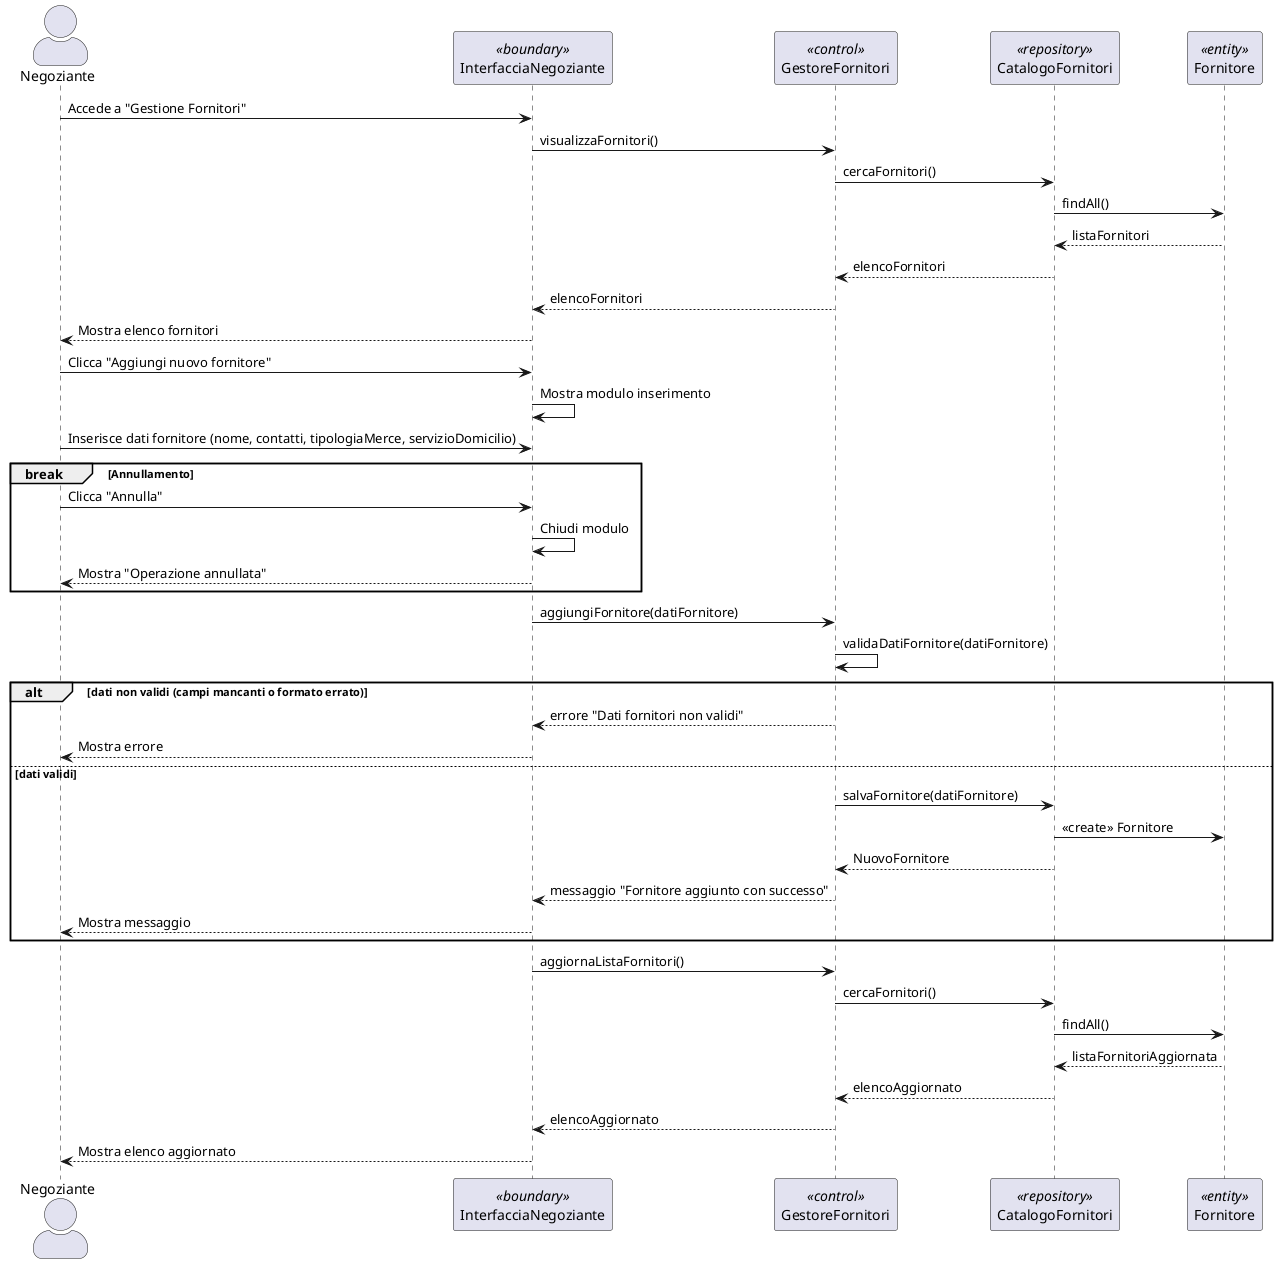
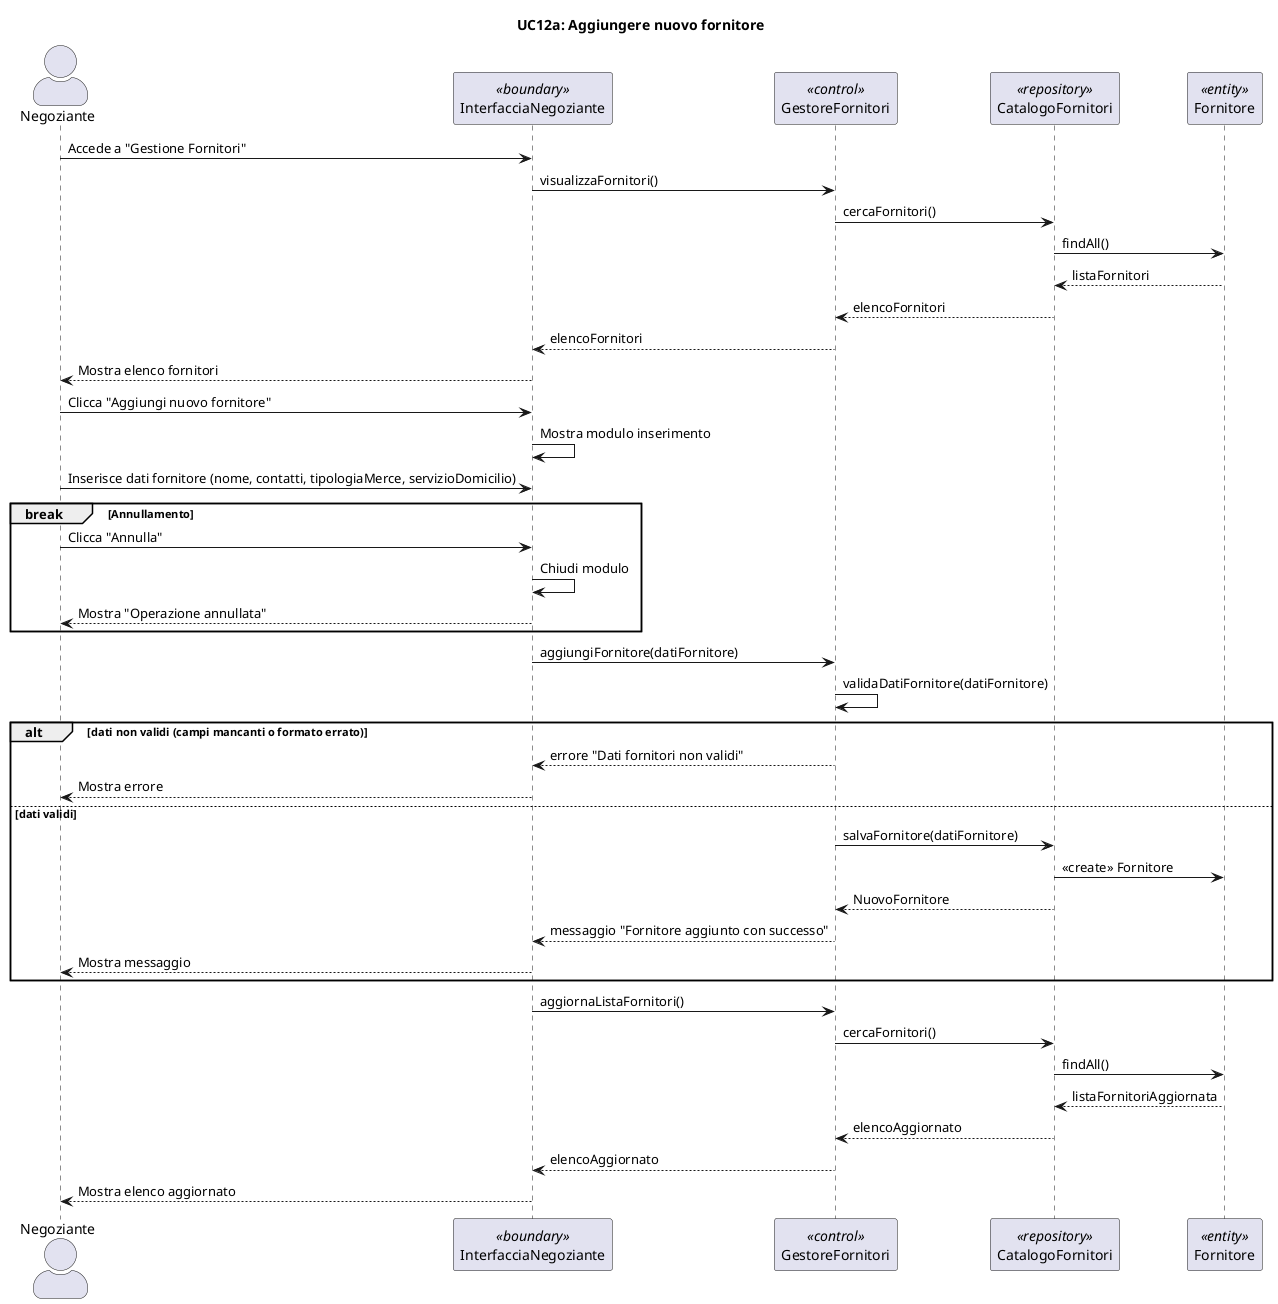
@startuml
+ title UC12a: Aggiungere nuovo fornitore
skinparam actorStyle awesome

actor "Negoziante" as N
participant "InterfacciaNegoziante" as IN <<boundary>>
participant "GestoreFornitori" as G <<control>>
participant "CatalogoFornitori" as CF <<repository>>
participant "Fornitore" as F <<entity>>

N -> IN: Accede a "Gestione Fornitori"
IN -> G: visualizzaFornitori()
G -> CF: cercaFornitori()
CF -> F: findAll()
F --> CF: listaFornitori
CF --> G: elencoFornitori
G --> IN: elencoFornitori
IN --> N: Mostra elenco fornitori
N -> IN: Clicca "Aggiungi nuovo fornitore"
IN -> IN: Mostra modulo inserimento
N -> IN: Inserisce dati fornitore (nome, contatti, tipologiaMerce, servizioDomicilio)

break Annullamento
    N -> IN: Clicca "Annulla"
    IN -> IN: Chiudi modulo
    IN --> N: Mostra "Operazione annullata"
end

IN -> G: aggiungiFornitore(datiFornitore)
G -> G: validaDatiFornitore(datiFornitore)

alt dati non validi (campi mancanti o formato errato)
    G --> IN: errore "Dati fornitori non validi"
    IN --> N: Mostra errore

else dati validi
    G -> CF: salvaFornitore(datiFornitore)
    CF -> F: <<create>> Fornitore
    CF --> G: NuovoFornitore
    G --> IN: messaggio "Fornitore aggiunto con successo"
    IN --> N: Mostra messaggio
end
IN -> G: aggiornaListaFornitori()
G -> CF: cercaFornitori()
CF -> F: findAll()
F --> CF: listaFornitoriAggiornata
CF --> G: elencoAggiornato
G --> IN: elencoAggiornato
IN --> N: Mostra elenco aggiornato
@enduml